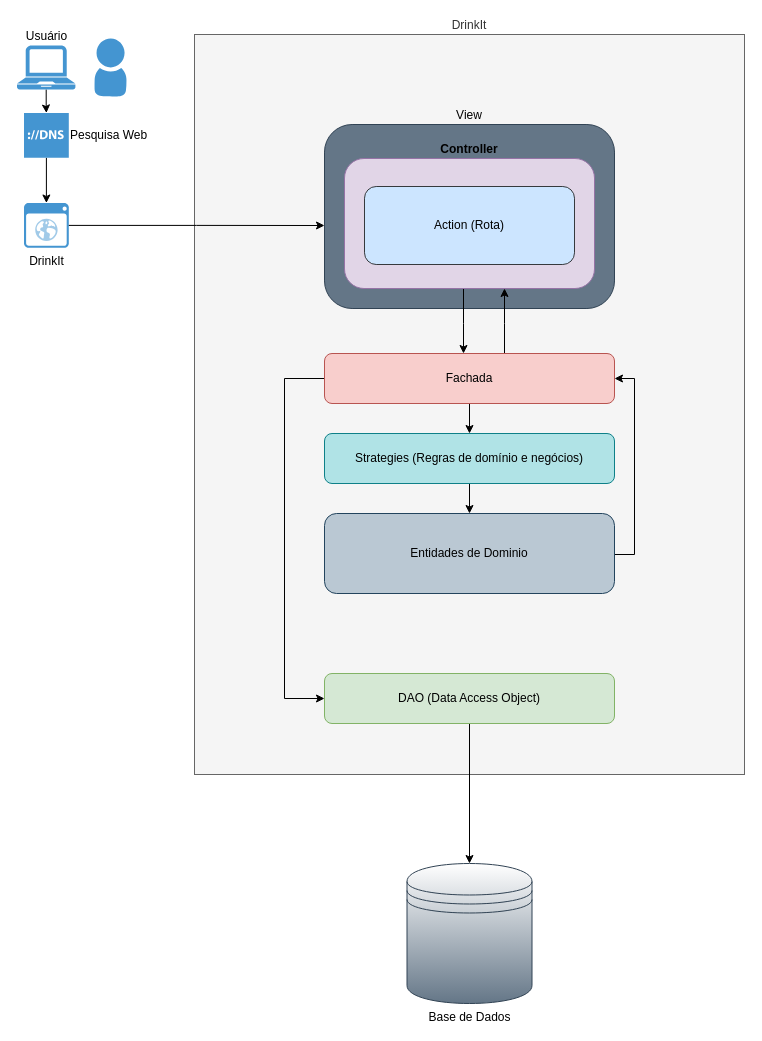
Above: DrinkIt.WebApp/Artifacts/Diagrams/drinkit-architecture.drawio in gabriellima09/DrinkIt (draw.io), before the change. Source tidied: cells renumbered, new cells numbered last; positions are measured from the earlier drawing's top-left corner, leaving out a move shared by most shapes. Both pictures are drawn from the tidied source at 100%, with x=0, y=0 at pixel (16, 34).
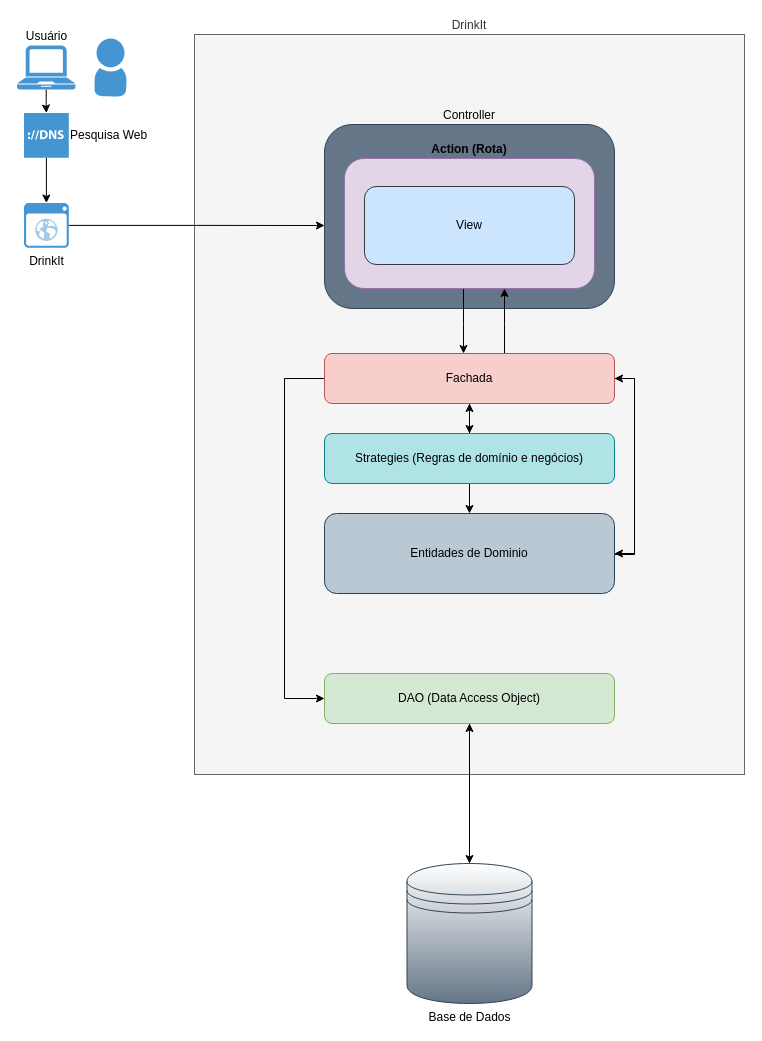
After the change.

The change refers to these unchanged cells:
```xml
<mxCell id="15" value="Fachada" style="rounded=1;whiteSpace=wrap;html=1;labelBackgroundColor=none;align=center;fillColor=#f8cecc;strokeColor=#b85450;" parent="1" vertex="1">
  <mxGeometry x="308" y="319" width="290" height="50" as="geometry" />
</mxCell>
<mxCell id="17" value="DAO (Data Access Object)" style="rounded=1;whiteSpace=wrap;html=1;labelBackgroundColor=none;align=center;fillColor=#d5e8d4;strokeColor=#82b366;" parent="1" vertex="1">
  <mxGeometry x="308" y="639" width="290" height="50" as="geometry" />
</mxCell>
<mxCell id="20" value="Strategies (Regras de domínio e negócios)" style="rounded=1;whiteSpace=wrap;html=1;labelBackgroundColor=none;align=center;fillColor=#b0e3e6;strokeColor=#0e8088;" parent="1" vertex="1">
  <mxGeometry x="308" y="399" width="290" height="50" as="geometry" />
</mxCell>
<mxCell id="22" value="Entidades de Dominio" style="rounded=1;whiteSpace=wrap;html=1;labelBackgroundColor=none;align=center;fillColor=#bac8d3;strokeColor=#23445d;" parent="1" vertex="1">
  <mxGeometry x="308" y="479" width="290" height="80" as="geometry" />
</mxCell>
<mxCell id="23" value="Base de Dados" style="shape=datastore;whiteSpace=wrap;html=1;labelBackgroundColor=none;align=center;fillColor=#647687;strokeColor=#314354;fontColor=#000000;gradientColor=#ffffff;gradientDirection=north;labelPosition=center;verticalLabelPosition=bottom;verticalAlign=top;" parent="1" vertex="1">
  <mxGeometry x="390.5" y="829" width="125" height="140" as="geometry" />
</mxCell>
```

Change to the diagram source:
```diff
@@
-    <mxCell id="9" value="View" style="rounded=1;whiteSpace=wrap;html=1;align=center;labelPosition=center;verticalLabelPosition=top;verticalAlign=bottom;fillColor=#647687;strokeColor=#314354;fontColor=#000000;" parent="1" vertex="1">
+    <mxCell id="9" value="Controller" style="rounded=1;whiteSpace=wrap;html=1;align=center;labelPosition=center;verticalLabelPosition=top;verticalAlign=bottom;fillColor=#647687;strokeColor=#314354;fontColor=#000000;" parent="1" vertex="1">
       <mxGeometry x="308" y="90" width="290" height="184" as="geometry" />
     </mxCell>
@@
-    <mxCell id="11" value="Controller" style="rounded=1;whiteSpace=wrap;html=1;align=center;labelPosition=center;verticalLabelPosition=top;verticalAlign=bottom;fillColor=#e1d5e7;strokeColor=#9673a6;labelBackgroundColor=none;labelBorderColor=none;fontStyle=1;" parent="1" vertex="1">
+    <mxCell id="11" value="Action (Rota)" style="rounded=1;whiteSpace=wrap;html=1;align=center;labelPosition=center;verticalLabelPosition=top;verticalAlign=bottom;fillColor=#e1d5e7;strokeColor=#9673a6;labelBackgroundColor=none;labelBorderColor=none;fontStyle=1;" parent="1" vertex="1">
       <mxGeometry x="328" y="124" width="250" height="130" as="geometry" />
     </mxCell>
@@
+    <mxCell id="25" style="edgeStyle=orthogonalEdgeStyle;rounded=0;jettySize=auto;html=1;entryX=1;entryY=0.5;entryDx=0;entryDy=0;" parent="1" edge="1" source="15" target="22">
+      <mxGeometry relative="1" as="geometry">
+        <Array as="points">
+          <mxPoint x="618" y="344" />
+          <mxPoint x="618" y="519" />
+        </Array>
+      </mxGeometry>
+    </mxCell>
@@
+    <mxCell id="26" style="edgeStyle=orthogonalEdgeStyle;rounded=0;jettySize=auto;html=1;entryX=0.5;entryY=1;entryDx=0;entryDy=0;" parent="1" edge="1" source="20" target="15">
+      <mxGeometry relative="1" as="geometry" />
+    </mxCell>
@@
+    <mxCell id="27" style="edgeStyle=orthogonalEdgeStyle;rounded=0;jettySize=auto;html=1;entryX=0.5;entryY=1;entryDx=0;entryDy=0;" parent="1" edge="1" source="23" target="17">
+      <mxGeometry relative="1" as="geometry" />
+    </mxCell>
@@
-    <mxCell id="24" value="Action (Rota)" style="rounded=1;whiteSpace=wrap;html=1;labelBackgroundColor=none;align=center;fillColor=#cce5ff;strokeColor=#36393d;" parent="1" vertex="1">
+    <mxCell id="24" value="View" style="rounded=1;whiteSpace=wrap;html=1;labelBackgroundColor=none;align=center;fillColor=#cce5ff;strokeColor=#36393d;" parent="1" vertex="1">
       <mxGeometry x="348" y="152" width="210" height="78" as="geometry" />
     </mxCell>
```
